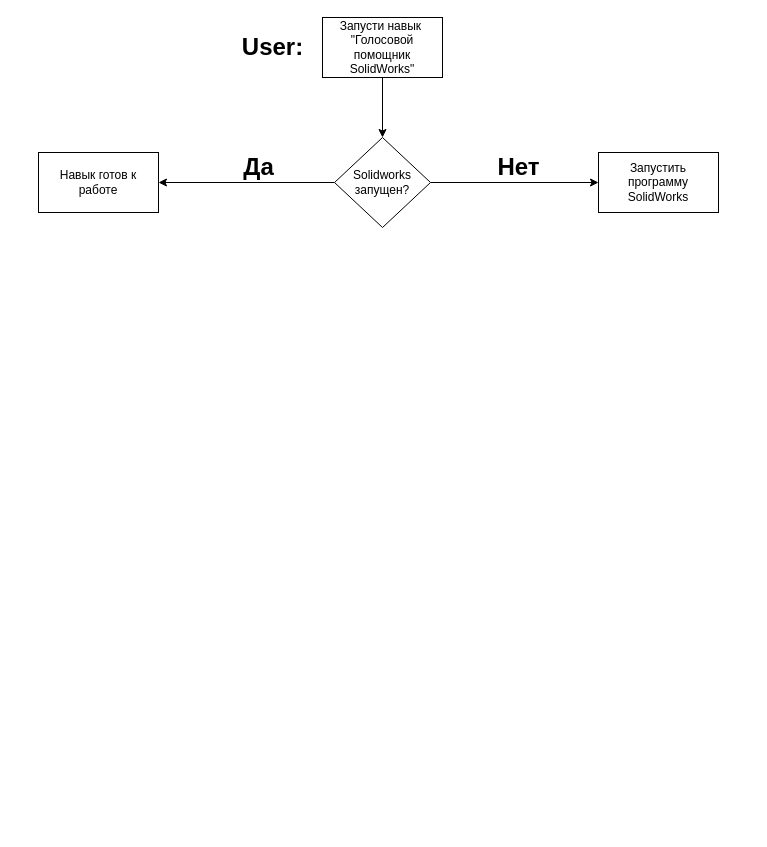
Earlier version of the draw.io diagram VoiceSolid.drawio (antonza-dev/VoiceSolidWorks). Source tidied: cells renumbered, new cells numbered last; positions are measured from the earlier drawing's top-left corner, leaving out a move shared by most shapes. Both pictures are drawn from the tidied source at 100%, with x=0, y=0 at pixel (38, 17).
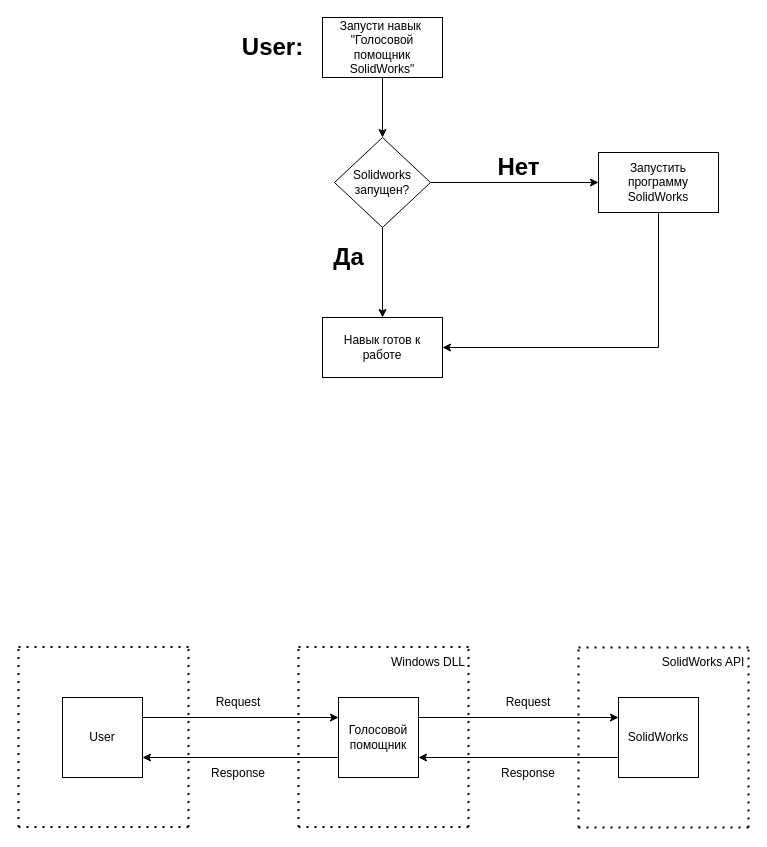
The same diagram, later.

Unchanged cells that the change refers to:
```xml
<mxCell id="9" value="Запустить программу SolidWorks" style="whiteSpace=wrap;html=1;" parent="1" vertex="1">
  <mxGeometry x="560" y="135" width="120" height="60" as="geometry" />
</mxCell>
```

What changed in the source:
```diff
@@
     <mxCell id="8" value="Навык готов к работе" style="whiteSpace=wrap;html=1;" parent="1" vertex="1">
-      <mxGeometry y="135" width="120" height="60" as="geometry" />
+      <mxGeometry x="284" y="300" width="120" height="60" as="geometry" />
     </mxCell>
+    <mxCell id="12" style="edgeStyle=orthogonalEdgeStyle;rounded=0;jettySize=auto;html=1;entryX=1;entryY=0.5;entryDx=0;entryDy=0;" parent="1" edge="1" source="9" target="8">
+      <mxGeometry relative="1" as="geometry">
+        <Array as="points">
+          <mxPoint x="620" y="330" />
+        </Array>
+      </mxGeometry>
+    </mxCell>
@@
     <mxCell id="10" value="Да" style="text;strokeColor=none;fillColor=none;html=1;fontSize=24;fontStyle=1;verticalAlign=middle;align=center;" parent="1" vertex="1">
-      <mxGeometry x="170" y="130" width="100" height="40" as="geometry" />
+      <mxGeometry x="260" y="220" width="100" height="40" as="geometry" />
     </mxCell>
@@
+    <mxCell id="13" value="Голосовой помощник" style="whiteSpace=wrap;html=1;" parent="1" vertex="1">
+      <mxGeometry x="300" y="680" width="80" height="80" as="geometry" />
+    </mxCell>
+    <mxCell id="14" value="User" style="whiteSpace=wrap;html=1;" parent="1" vertex="1">
+      <mxGeometry x="24" y="680" width="80" height="80" as="geometry" />
+    </mxCell>
+    <mxCell id="15" value="SolidWorks" style="whiteSpace=wrap;html=1;" parent="1" vertex="1">
+      <mxGeometry x="580" y="680" width="80" height="80" as="geometry" />
+    </mxCell>
+    <mxCell id="16" style="endArrow=none;dashed=1;html=1;dashPattern=1 3;strokeWidth=2;rounded=0;" parent="1" edge="1">
+      <mxGeometry relative="1" as="geometry">
+        <mxPoint x="540" y="810" as="sourcePoint" />
+        <mxPoint x="540" y="630" as="targetPoint" />
+      </mxGeometry>
+    </mxCell>
+    <mxCell id="17" style="endArrow=none;dashed=1;html=1;dashPattern=1 3;strokeWidth=2;rounded=0;" parent="1" edge="1">
+      <mxGeometry relative="1" as="geometry">
+        <mxPoint x="710" y="810" as="sourcePoint" />
+        <mxPoint x="710" y="630" as="targetPoint" />
+      </mxGeometry>
+    </mxCell>
+    <mxCell id="18" style="endArrow=none;dashed=1;html=1;dashPattern=1 3;strokeWidth=2;rounded=0;" parent="1" edge="1">
+      <mxGeometry relative="1" as="geometry">
+        <mxPoint x="710" y="810" as="sourcePoint" />
+        <mxPoint x="540" y="810" as="targetPoint" />
+      </mxGeometry>
+    </mxCell>
+    <mxCell id="19" style="endArrow=none;dashed=1;html=1;dashPattern=1 3;strokeWidth=2;rounded=0;" parent="1" edge="1">
+      <mxGeometry relative="1" as="geometry">
+        <mxPoint x="710" y="630" as="sourcePoint" />
+        <mxPoint x="540" y="630" as="targetPoint" />
+      </mxGeometry>
+    </mxCell>
+    <mxCell id="20" style="endArrow=none;dashed=1;html=1;dashPattern=1 3;strokeWidth=2;rounded=0;" parent="1" edge="1">
+      <mxGeometry relative="1" as="geometry">
+        <mxPoint x="260" y="809.5" as="sourcePoint" />
+        <mxPoint x="260" y="629.5" as="targetPoint" />
+      </mxGeometry>
+    </mxCell>
+    <mxCell id="21" style="endArrow=none;dashed=1;html=1;dashPattern=1 3;strokeWidth=2;rounded=0;" parent="1" edge="1">
+      <mxGeometry relative="1" as="geometry">
+        <mxPoint x="430" y="809.5" as="sourcePoint" />
+        <mxPoint x="430" y="629.5" as="targetPoint" />
+      </mxGeometry>
+    </mxCell>
+    <mxCell id="22" style="endArrow=none;dashed=1;html=1;dashPattern=1 3;strokeWidth=2;rounded=0;" parent="1" edge="1">
+      <mxGeometry relative="1" as="geometry">
+        <mxPoint x="430" y="809.5" as="sourcePoint" />
+        <mxPoint x="260" y="809.5" as="targetPoint" />
+      </mxGeometry>
+    </mxCell>
+    <mxCell id="23" style="endArrow=none;dashed=1;html=1;dashPattern=1 3;strokeWidth=2;rounded=0;" parent="1" edge="1">
+      <mxGeometry relative="1" as="geometry">
+        <mxPoint x="430" y="629.5" as="sourcePoint" />
+        <mxPoint x="260" y="629.5" as="targetPoint" />
+      </mxGeometry>
+    </mxCell>
+    <mxCell id="24" style="endArrow=none;dashed=1;html=1;dashPattern=1 3;strokeWidth=2;rounded=0;" parent="1" edge="1">
+      <mxGeometry relative="1" as="geometry">
+        <mxPoint x="-20" y="809.5" as="sourcePoint" />
+        <mxPoint x="-20" y="629.5" as="targetPoint" />
+      </mxGeometry>
+    </mxCell>
+    <mxCell id="25" style="endArrow=none;dashed=1;html=1;dashPattern=1 3;strokeWidth=2;rounded=0;" parent="1" edge="1">
+      <mxGeometry relative="1" as="geometry">
+        <mxPoint x="150" y="809.5" as="sourcePoint" />
+        <mxPoint x="150" y="629.5" as="targetPoint" />
+      </mxGeometry>
+    </mxCell>
+    <mxCell id="26" style="endArrow=none;dashed=1;html=1;dashPattern=1 3;strokeWidth=2;rounded=0;" parent="1" edge="1">
+      <mxGeometry relative="1" as="geometry">
+        <mxPoint x="150" y="809.5" as="sourcePoint" />
+        <mxPoint x="-20" y="809.5" as="targetPoint" />
+      </mxGeometry>
+    </mxCell>
+    <mxCell id="27" style="endArrow=none;dashed=1;html=1;dashPattern=1 3;strokeWidth=2;rounded=0;" parent="1" edge="1">
+      <mxGeometry relative="1" as="geometry">
+        <mxPoint x="150" y="629.5" as="sourcePoint" />
+        <mxPoint x="-20" y="629.5" as="targetPoint" />
+      </mxGeometry>
+    </mxCell>
+    <mxCell id="28" value="SolidWorks API" style="text;html=1;strokeColor=none;fillColor=none;align=center;verticalAlign=middle;whiteSpace=wrap;rounded=0;" parent="1" vertex="1">
+      <mxGeometry x="620" y="630" width="90" height="30" as="geometry" />
+    </mxCell>
+    <mxCell id="29" value="Windows DLL" style="text;html=1;strokeColor=none;fillColor=none;align=center;verticalAlign=middle;whiteSpace=wrap;rounded=0;" parent="1" vertex="1">
+      <mxGeometry x="350" y="630" width="80" height="30" as="geometry" />
+    </mxCell>
+    <mxCell id="30" style="endArrow=classic;html=1;rounded=0;entryX=0;entryY=0.25;entryDx=0;entryDy=0;" parent="1" edge="1" target="13">
+      <mxGeometry relative="1" as="geometry">
+        <mxPoint x="104" y="700" as="sourcePoint" />
+      </mxGeometry>
+    </mxCell>
+    <mxCell id="31" style="endArrow=classic;html=1;rounded=0;entryX=1;entryY=0.75;entryDx=0;entryDy=0;" parent="1" edge="1" target="14">
+      <mxGeometry relative="1" as="geometry">
+        <mxPoint x="300" y="740" as="sourcePoint" />
+      </mxGeometry>
+    </mxCell>
+    <mxCell id="32" style="endArrow=classic;html=1;rounded=0;entryX=1;entryY=0.75;entryDx=0;entryDy=0;" parent="1" edge="1" target="13">
+      <mxGeometry relative="1" as="geometry">
+        <mxPoint x="580" y="740" as="sourcePoint" />
+      </mxGeometry>
+    </mxCell>
+    <mxCell id="33" style="endArrow=classic;html=1;rounded=0;entryX=0;entryY=0.25;entryDx=0;entryDy=0;" parent="1" edge="1" target="15">
+      <mxGeometry relative="1" as="geometry">
+        <mxPoint x="380" y="700" as="sourcePoint" />
+      </mxGeometry>
+    </mxCell>
+    <mxCell id="34" value="Request" style="text;html=1;strokeColor=none;fillColor=none;align=center;verticalAlign=middle;whiteSpace=wrap;rounded=0;" parent="1" vertex="1">
+      <mxGeometry x="170" y="670" width="60" height="30" as="geometry" />
+    </mxCell>
+    <mxCell id="35" value="Request" style="text;html=1;strokeColor=none;fillColor=none;align=center;verticalAlign=middle;whiteSpace=wrap;rounded=0;" parent="1" vertex="1">
+      <mxGeometry x="460" y="670" width="60" height="30" as="geometry" />
+    </mxCell>
+    <mxCell id="36" value="Response" style="text;html=1;strokeColor=none;fillColor=none;align=center;verticalAlign=middle;whiteSpace=wrap;rounded=0;" parent="1" vertex="1">
+      <mxGeometry x="170" y="741" width="60" height="30" as="geometry" />
+    </mxCell>
+    <mxCell id="37" value="Response" style="text;html=1;strokeColor=none;fillColor=none;align=center;verticalAlign=middle;whiteSpace=wrap;rounded=0;" parent="1" vertex="1">
+      <mxGeometry x="460" y="741" width="60" height="30" as="geometry" />
+    </mxCell>
```
